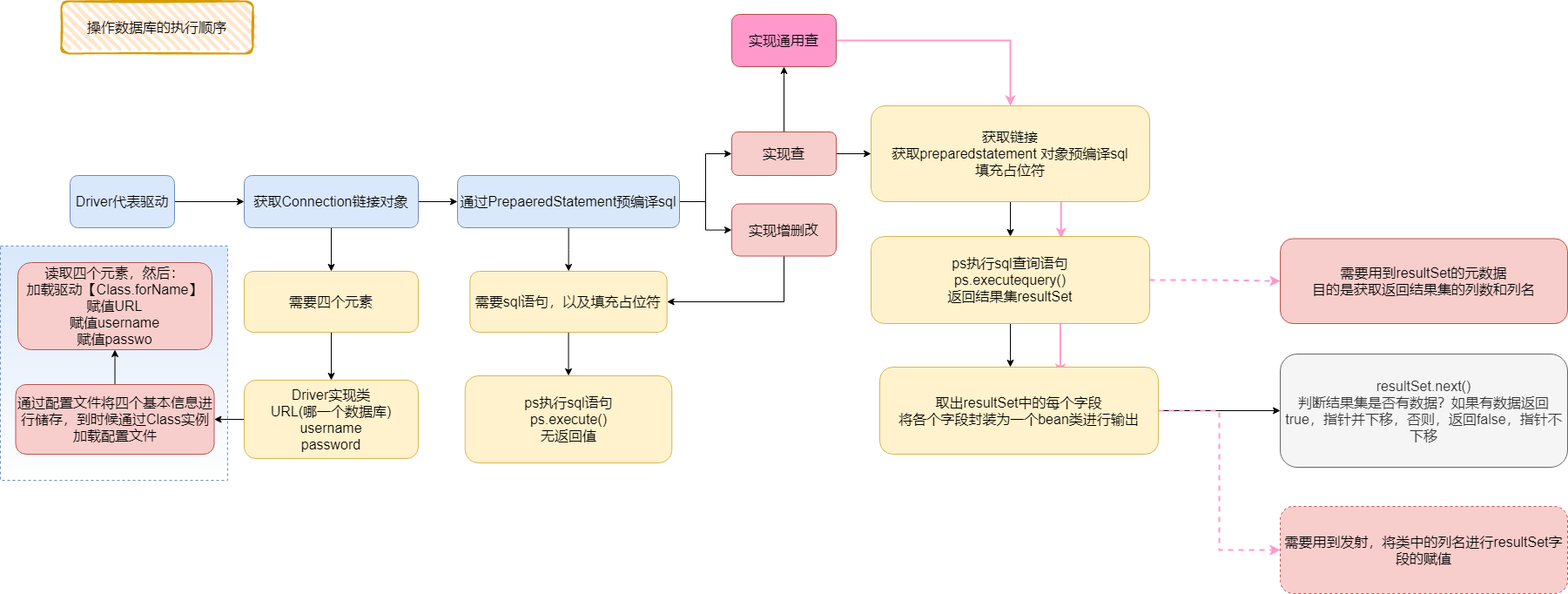
Above: Java/JDBC.png in kusuzi/LearnJava (draw.io), before the change. Source tidied: cells renumbered, new cells last; positions are measured from the earlier drawing's top-left corner, leaving out a move shared by most shapes.
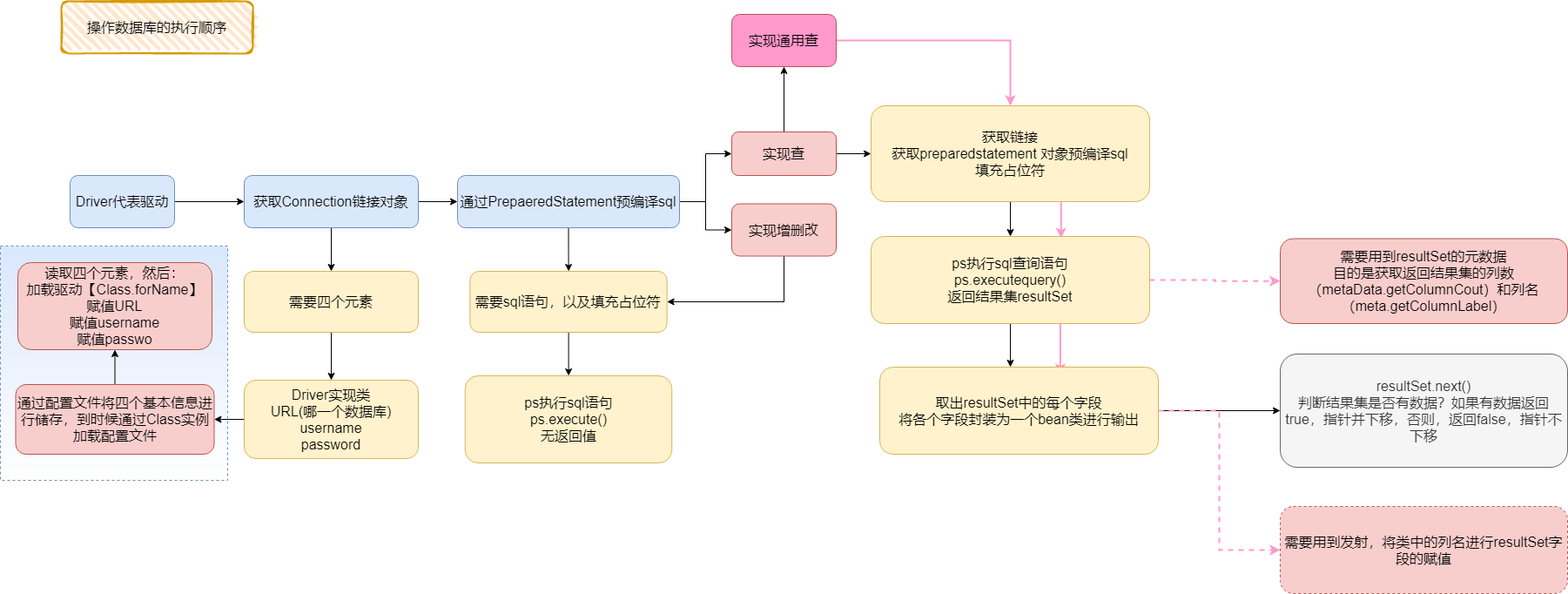
After the commit.

Change to the diagram source:
```diff
@@ -139,7 +139,7 @@
     <mxCell id="40" value="实现通用查" style="whiteSpace=wrap;html=1;rounded=1;strokeColor=#b85450;fillColor=#FF99CC;fontSize=16;" parent="1" vertex="1">
       <mxGeometry x="840" y="15" width="120" height="60" as="geometry" />
     </mxCell>
-    <mxCell id="41" value="需要用到resultSet的元数据&lt;br style=&quot;font-size: 16px;&quot;&gt;目的是获取返回结果集的列数和列名" style="whiteSpace=wrap;html=1;rounded=1;strokeColor=#b85450;fillColor=#f8cecc;fontSize=16;" parent="1" vertex="1">
+    <mxCell id="41" value="需要用到resultSet的元数据&lt;br style=&quot;font-size: 16px&quot;&gt;目的是获取返回结果集的列数（metaData.getColumnCout）和列名（meta.getColumnLabel）" style="whiteSpace=wrap;html=1;rounded=1;strokeColor=#b85450;fillColor=#f8cecc;fontSize=16;" parent="1" vertex="1">
       <mxGeometry x="1470" y="272.5" width="330" height="97.5" as="geometry" />
     </mxCell>
     <mxCell id="42" value="需要用到发射，将类中的列名进行resultSet字段的赋值" style="rounded=1;whiteSpace=wrap;html=1;dashed=1;strokeColor=#b85450;fillColor=#f8cecc;fontSize=16;" parent="1" vertex="1">
```
